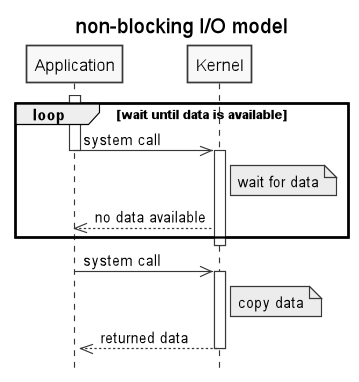
The PlantUML diagram .images/non_blocking_IO_model.png in c0p4c4b4n4/demo-sockets-io-nio-nio2, before a commit. The source it was exported from:
```plantuml
@startuml
title non-blocking I/O model
hide footbox
skinparam monochrome true
skinparam shadowing false
activate Application
loop wait until data is available
    Application->>Kernel: system call
    deactivate Application
    activate Kernel
    Note right of Kernel: wait for data
    Kernel-->>Application: no data available
end
deactivate Kernel
activate Application
Application->>Kernel: system call
deactivate Application
activate Kernel
Note right of Kernel: copy data
Kernel-->>Application: returned data
deactivate Kernel
activate Application
@enduml
```
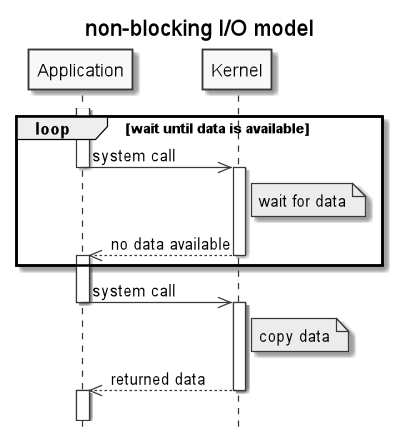
The same file after the commit.

The edit, as a diff of the source:
```diff
@@ -2,7 +2,6 @@
 title non-blocking I/O model
 hide footbox
 skinparam monochrome true
-skinparam shadowing false
 activate Application
 loop wait until data is available
     Application->>Kernel: system call
@@ -10,9 +9,9 @@
     activate Kernel
     Note right of Kernel: wait for data
     Kernel-->>Application: no data available
+    deactivate Kernel
+    activate Application
 end
-deactivate Kernel
-activate Application
 Application->>Kernel: system call
 deactivate Application
 activate Kernel
@@ -20,4 +19,5 @@
 Kernel-->>Application: returned data
 deactivate Kernel
 activate Application
+||15||
 @enduml
```
